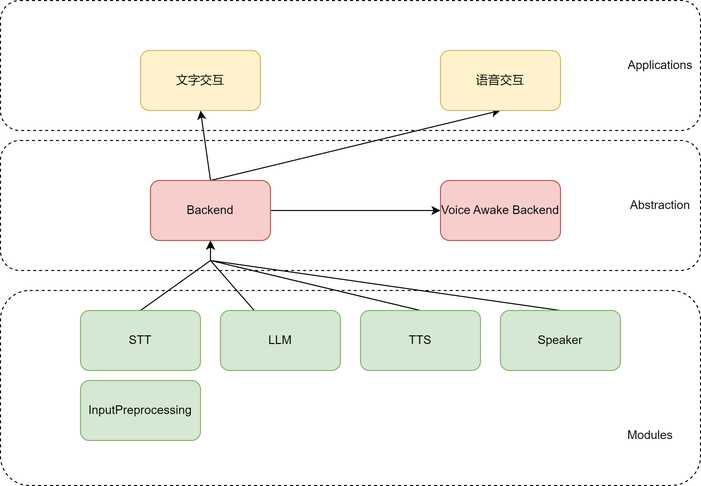
The draw.io diagram arch/stack of tech.png in 480284856/AsyncAudioChat, before a commit. Source tidied: cells renumbered, new cells last; positions are measured from the earlier drawing's top-left corner, leaving out a move shared by most shapes. Its diagram source:
```xml
<mxGraphModel>
  <root>
    <mxCell id="0" />
    <mxCell id="1" parent="0" />
    <mxCell id="2" style="rounded=1;whiteSpace=wrap;html=1;dashed=1;" parent="1" vertex="1">
      <mxGeometry width="700" height="130" as="geometry" />
    </mxCell>
    <mxCell id="3" style="rounded=1;whiteSpace=wrap;html=1;dashed=1;" parent="1" vertex="1">
      <mxGeometry y="140" width="700" height="130" as="geometry" />
    </mxCell>
    <mxCell id="4" style="rounded=1;whiteSpace=wrap;html=1;dashed=1;" parent="1" vertex="1">
      <mxGeometry y="290" width="700" height="195" as="geometry" />
    </mxCell>
    <mxCell id="5" style="rounded=0;jettySize=auto;html=1;entryX=0.5;entryY=1;entryDx=0;entryDy=0;exitX=0.5;exitY=0;exitDx=0;exitDy=0;" parent="1" edge="1" source="6" target="16">
      <mxGeometry relative="1" as="geometry">
        <Array as="points">
          <mxPoint x="210" y="260" />
        </Array>
      </mxGeometry>
    </mxCell>
    <mxCell id="6" value="STT" style="rounded=1;whiteSpace=wrap;html=1;fillColor=#d5e8d4;strokeColor=#82b366;" parent="1" vertex="1">
      <mxGeometry x="80" y="310" width="120" height="60" as="geometry" />
    </mxCell>
    <mxCell id="7" style="rounded=0;jettySize=auto;html=1;entryX=0.5;entryY=1;entryDx=0;entryDy=0;" parent="1" edge="1" source="8" target="16">
      <mxGeometry relative="1" as="geometry">
        <Array as="points">
          <mxPoint x="210" y="260" />
        </Array>
      </mxGeometry>
    </mxCell>
    <mxCell id="8" value="LLM" style="rounded=1;whiteSpace=wrap;html=1;fillColor=#d5e8d4;strokeColor=#82b366;" parent="1" vertex="1">
      <mxGeometry x="220" y="310" width="120" height="60" as="geometry" />
    </mxCell>
    <mxCell id="9" style="rounded=0;jettySize=auto;html=1;entryX=0.5;entryY=1;entryDx=0;entryDy=0;exitX=0.5;exitY=0;exitDx=0;exitDy=0;" parent="1" edge="1" source="10" target="16">
      <mxGeometry relative="1" as="geometry">
        <Array as="points">
          <mxPoint x="210" y="260" />
        </Array>
      </mxGeometry>
    </mxCell>
    <mxCell id="10" value="TTS" style="rounded=1;whiteSpace=wrap;html=1;fillColor=#d5e8d4;strokeColor=#82b366;" parent="1" vertex="1">
      <mxGeometry x="360" y="310" width="120" height="60" as="geometry" />
    </mxCell>
    <mxCell id="11" style="rounded=0;jettySize=auto;html=1;entryX=0.5;entryY=1;entryDx=0;entryDy=0;exitX=0.5;exitY=0;exitDx=0;exitDy=0;" parent="1" edge="1" source="12" target="16">
      <mxGeometry relative="1" as="geometry">
        <Array as="points">
          <mxPoint x="210" y="260" />
        </Array>
      </mxGeometry>
    </mxCell>
    <mxCell id="12" value="Speaker" style="rounded=1;whiteSpace=wrap;html=1;fillColor=#d5e8d4;strokeColor=#82b366;" parent="1" vertex="1">
      <mxGeometry x="500" y="310" width="120" height="60" as="geometry" />
    </mxCell>
    <mxCell id="13" style="rounded=0;jettySize=auto;html=1;entryX=0.5;entryY=1;entryDx=0;entryDy=0;exitX=0.5;exitY=0;exitDx=0;exitDy=0;" parent="1" edge="1" source="16" target="17">
      <mxGeometry relative="1" as="geometry" />
    </mxCell>
    <mxCell id="14" style="rounded=0;jettySize=auto;html=1;entryX=0.5;entryY=1;entryDx=0;entryDy=0;exitX=0.5;exitY=0;exitDx=0;exitDy=0;" parent="1" edge="1" source="16" target="18">
      <mxGeometry relative="1" as="geometry" />
    </mxCell>
    <mxCell id="15" style="edgeStyle=orthogonalEdgeStyle;rounded=0;jettySize=auto;html=1;entryX=0;entryY=0.5;entryDx=0;entryDy=0;" parent="1" edge="1" source="16" target="23">
      <mxGeometry relative="1" as="geometry" />
    </mxCell>
    <mxCell id="16" value="Backend" style="rounded=1;whiteSpace=wrap;html=1;fillColor=#f8cecc;strokeColor=#b85450;" parent="1" vertex="1">
      <mxGeometry x="150" y="180" width="120" height="60" as="geometry" />
    </mxCell>
    <mxCell id="17" value="文字交互" style="rounded=1;whiteSpace=wrap;html=1;fillColor=#fff2cc;strokeColor=#d6b656;" parent="1" vertex="1">
      <mxGeometry x="140" y="50" width="120" height="60" as="geometry" />
    </mxCell>
    <mxCell id="18" value="语音交互" style="rounded=1;whiteSpace=wrap;html=1;fillColor=#fff2cc;strokeColor=#d6b656;" parent="1" vertex="1">
      <mxGeometry x="440" y="50" width="120" height="60" as="geometry" />
    </mxCell>
    <mxCell id="19" value="Applications" style="text;html=1;align=center;verticalAlign=middle;whiteSpace=wrap;rounded=0;" parent="1" vertex="1">
      <mxGeometry x="630" y="50" width="60" height="30" as="geometry" />
    </mxCell>
    <mxCell id="20" value="Abstraction" style="text;html=1;align=center;verticalAlign=middle;whiteSpace=wrap;rounded=0;" parent="1" vertex="1">
      <mxGeometry x="630" y="190" width="60" height="30" as="geometry" />
    </mxCell>
    <mxCell id="21" value="Modules" style="text;html=1;align=center;verticalAlign=middle;whiteSpace=wrap;rounded=0;" parent="1" vertex="1">
      <mxGeometry x="620" y="420" width="60" height="30" as="geometry" />
    </mxCell>
    <mxCell id="22" value="InputPreprocessing" style="rounded=1;whiteSpace=wrap;html=1;fillColor=#d5e8d4;strokeColor=#82b366;" parent="1" vertex="1">
      <mxGeometry x="80" y="380" width="120" height="60" as="geometry" />
    </mxCell>
    <mxCell id="23" value="Voice Awake Backend" style="rounded=1;whiteSpace=wrap;html=1;fillColor=#f8cecc;strokeColor=#b85450;" parent="1" vertex="1">
      <mxGeometry x="440" y="180" width="120" height="60" as="geometry" />
    </mxCell>
  </root>
</mxGraphModel>
```
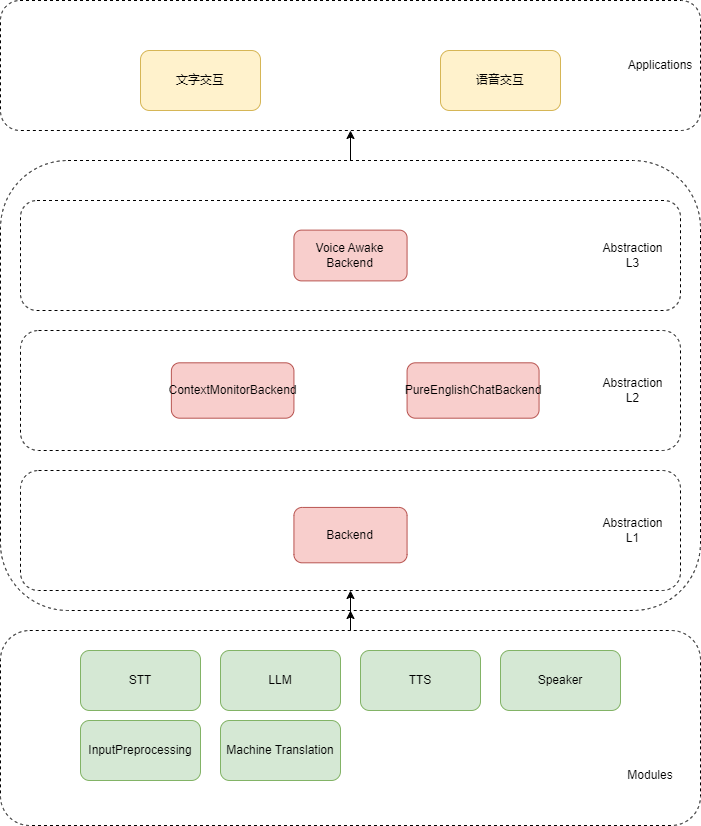
After the change.

Commit message:
更新产品架构

What changed in the source:
```diff
@@ -2,87 +2,95 @@
   <root>
     <mxCell id="0" />
     <mxCell id="1" parent="0" />
+    <mxCell id="24" style="edgeStyle=orthogonalEdgeStyle;rounded=0;jettySize=auto;html=1;entryX=0.5;entryY=1;entryDx=0;entryDy=0;" parent="1" edge="1" source="26" target="2">
+      <mxGeometry relative="1" as="geometry" />
+    </mxCell>
+    <mxCell id="25" style="edgeStyle=orthogonalEdgeStyle;rounded=0;jettySize=auto;html=1;exitX=0.5;exitY=1;exitDx=0;exitDy=0;entryX=0.5;entryY=1;entryDx=0;entryDy=0;" parent="1" edge="1" source="26" target="3">
+      <mxGeometry relative="1" as="geometry" />
+    </mxCell>
+    <mxCell id="26" style="rounded=1;whiteSpace=wrap;html=1;dashed=1;" parent="1" vertex="1">
+      <mxGeometry y="-180" width="700" height="450" as="geometry" />
+    </mxCell>
     <mxCell id="2" style="rounded=1;whiteSpace=wrap;html=1;dashed=1;" parent="1" vertex="1">
-      <mxGeometry width="700" height="130" as="geometry" />
+      <mxGeometry y="-340" width="700" height="130" as="geometry" />
     </mxCell>
-    <mxCell id="3" style="rounded=1;whiteSpace=wrap;html=1;dashed=1;" parent="1" vertex="1">
-      <mxGeometry y="140" width="700" height="130" as="geometry" />
-    </mxCell>
+    <mxCell id="27" style="edgeStyle=orthogonalEdgeStyle;rounded=0;jettySize=auto;html=1;entryX=0.5;entryY=1;entryDx=0;entryDy=0;" parent="1" edge="1" source="4" target="26">
+      <mxGeometry relative="1" as="geometry" />
+    </mxCell>
     <mxCell id="4" style="rounded=1;whiteSpace=wrap;html=1;dashed=1;" parent="1" vertex="1">
       <mxGeometry y="290" width="700" height="195" as="geometry" />
     </mxCell>
-    <mxCell id="5" style="rounded=0;jettySize=auto;html=1;entryX=0.5;entryY=1;entryDx=0;entryDy=0;exitX=0.5;exitY=0;exitDx=0;exitDy=0;" parent="1" edge="1" source="6" target="16">
-      <mxGeometry relative="1" as="geometry">
-        <Array as="points">
-          <mxPoint x="210" y="260" />
-        </Array>
-      </mxGeometry>
-    </mxCell>
     <mxCell id="6" value="STT" style="rounded=1;whiteSpace=wrap;html=1;fillColor=#d5e8d4;strokeColor=#82b366;" parent="1" vertex="1">
       <mxGeometry x="80" y="310" width="120" height="60" as="geometry" />
     </mxCell>
-    <mxCell id="7" style="rounded=0;jettySize=auto;html=1;entryX=0.5;entryY=1;entryDx=0;entryDy=0;" parent="1" edge="1" source="8" target="16">
-      <mxGeometry relative="1" as="geometry">
-        <Array as="points">
-          <mxPoint x="210" y="260" />
-        </Array>
-      </mxGeometry>
-    </mxCell>
     <mxCell id="8" value="LLM" style="rounded=1;whiteSpace=wrap;html=1;fillColor=#d5e8d4;strokeColor=#82b366;" parent="1" vertex="1">
       <mxGeometry x="220" y="310" width="120" height="60" as="geometry" />
     </mxCell>
-    <mxCell id="9" style="rounded=0;jettySize=auto;html=1;entryX=0.5;entryY=1;entryDx=0;entryDy=0;exitX=0.5;exitY=0;exitDx=0;exitDy=0;" parent="1" edge="1" source="10" target="16">
-      <mxGeometry relative="1" as="geometry">
-        <Array as="points">
-          <mxPoint x="210" y="260" />
-        </Array>
-      </mxGeometry>
-    </mxCell>
     <mxCell id="10" value="TTS" style="rounded=1;whiteSpace=wrap;html=1;fillColor=#d5e8d4;strokeColor=#82b366;" parent="1" vertex="1">
       <mxGeometry x="360" y="310" width="120" height="60" as="geometry" />
     </mxCell>
-    <mxCell id="11" style="rounded=0;jettySize=auto;html=1;entryX=0.5;entryY=1;entryDx=0;entryDy=0;exitX=0.5;exitY=0;exitDx=0;exitDy=0;" parent="1" edge="1" source="12" target="16">
-      <mxGeometry relative="1" as="geometry">
-        <Array as="points">
-          <mxPoint x="210" y="260" />
-        </Array>
-      </mxGeometry>
-    </mxCell>
     <mxCell id="12" value="Speaker" style="rounded=1;whiteSpace=wrap;html=1;fillColor=#d5e8d4;strokeColor=#82b366;" parent="1" vertex="1">
       <mxGeometry x="500" y="310" width="120" height="60" as="geometry" />
     </mxCell>
-    <mxCell id="13" style="rounded=0;jettySize=auto;html=1;entryX=0.5;entryY=1;entryDx=0;entryDy=0;exitX=0.5;exitY=0;exitDx=0;exitDy=0;" parent="1" edge="1" source="16" target="17">
-      <mxGeometry relative="1" as="geometry" />
-    </mxCell>
-    <mxCell id="14" style="rounded=0;jettySize=auto;html=1;entryX=0.5;entryY=1;entryDx=0;entryDy=0;exitX=0.5;exitY=0;exitDx=0;exitDy=0;" parent="1" edge="1" source="16" target="18">
-      <mxGeometry relative="1" as="geometry" />
-    </mxCell>
-    <mxCell id="15" style="edgeStyle=orthogonalEdgeStyle;rounded=0;jettySize=auto;html=1;entryX=0;entryY=0.5;entryDx=0;entryDy=0;" parent="1" edge="1" source="16" target="23">
-      <mxGeometry relative="1" as="geometry" />
-    </mxCell>
-    <mxCell id="16" value="Backend" style="rounded=1;whiteSpace=wrap;html=1;fillColor=#f8cecc;strokeColor=#b85450;" parent="1" vertex="1">
-      <mxGeometry x="150" y="180" width="120" height="60" as="geometry" />
-    </mxCell>
     <mxCell id="17" value="文字交互" style="rounded=1;whiteSpace=wrap;html=1;fillColor=#fff2cc;strokeColor=#d6b656;" parent="1" vertex="1">
-      <mxGeometry x="140" y="50" width="120" height="60" as="geometry" />
+      <mxGeometry x="140" y="-290" width="120" height="60" as="geometry" />
     </mxCell>
     <mxCell id="18" value="语音交互" style="rounded=1;whiteSpace=wrap;html=1;fillColor=#fff2cc;strokeColor=#d6b656;" parent="1" vertex="1">
-      <mxGeometry x="440" y="50" width="120" height="60" as="geometry" />
+      <mxGeometry x="440" y="-290" width="120" height="60" as="geometry" />
     </mxCell>
     <mxCell id="19" value="Applications" style="text;html=1;align=center;verticalAlign=middle;whiteSpace=wrap;rounded=0;" parent="1" vertex="1">
-      <mxGeometry x="630" y="50" width="60" height="30" as="geometry" />
+      <mxGeometry x="630" y="-290" width="60" height="30" as="geometry" />
     </mxCell>
-    <mxCell id="20" value="Abstraction" style="text;html=1;align=center;verticalAlign=middle;whiteSpace=wrap;rounded=0;" parent="1" vertex="1">
-      <mxGeometry x="630" y="190" width="60" height="30" as="geometry" />
-    </mxCell>
     <mxCell id="21" value="Modules" style="text;html=1;align=center;verticalAlign=middle;whiteSpace=wrap;rounded=0;" parent="1" vertex="1">
       <mxGeometry x="620" y="420" width="60" height="30" as="geometry" />
     </mxCell>
     <mxCell id="22" value="InputPreprocessing" style="rounded=1;whiteSpace=wrap;html=1;fillColor=#d5e8d4;strokeColor=#82b366;" parent="1" vertex="1">
       <mxGeometry x="80" y="380" width="120" height="60" as="geometry" />
     </mxCell>
+    <mxCell id="28" value="Machine Translation" style="rounded=1;whiteSpace=wrap;html=1;fillColor=#d5e8d4;strokeColor=#82b366;" parent="1" vertex="1">
+      <mxGeometry x="220" y="380" width="120" height="60" as="geometry" />
+    </mxCell>
+    <mxCell id="29" style="group;" parent="1" vertex="1">
+      <mxGeometry x="20" y="130" width="660" height="120" as="geometry" />
+    </mxCell>
+    <mxCell id="3" style="rounded=1;whiteSpace=wrap;html=1;dashed=1;" parent="29" vertex="1">
+      <mxGeometry width="660" height="120" as="geometry" />
+    </mxCell>
+    <mxCell id="16" value="Backend" style="rounded=1;whiteSpace=wrap;html=1;fillColor=#f8cecc;strokeColor=#b85450;" parent="29" vertex="1">
+      <mxGeometry x="273.4" y="36.9" width="113.1" height="55.4" as="geometry" />
+    </mxCell>
+    <mxCell id="20" value="Abstraction L1" style="text;html=1;align=center;verticalAlign=middle;whiteSpace=wrap;rounded=0;" parent="29" vertex="1">
+      <mxGeometry x="575.1" y="46.2" width="75.4" height="27.7" as="geometry" />
+    </mxCell>
+    <mxCell id="30" style="group;" parent="1" vertex="1">
+      <mxGeometry x="20" y="-10" width="660" height="120" as="geometry" />
+    </mxCell>
+    <mxCell id="31" style="rounded=1;whiteSpace=wrap;html=1;dashed=1;" parent="30" vertex="1">
+      <mxGeometry width="660" height="120" as="geometry" />
+    </mxCell>
+    <mxCell id="32" value="&lt;span style=&quot;text-align: left;&quot;&gt;ContextMonitorBackend&lt;/span&gt;" style="rounded=1;whiteSpace=wrap;html=1;fillColor=#f8cecc;strokeColor=#b85450;" parent="30" vertex="1">
+      <mxGeometry x="150.9" y="32.3" width="122.6" height="55.4" as="geometry" />
+    </mxCell>
+    <mxCell id="33" value="PureEnglishChatBackend" style="rounded=1;whiteSpace=wrap;html=1;fillColor=#f8cecc;strokeColor=#b85450;" parent="30" vertex="1">
+      <mxGeometry x="386.6" y="32.3" width="132" height="55.4" as="geometry" />
+    </mxCell>
+    <mxCell id="34" value="Abstraction L2" style="text;html=1;align=center;verticalAlign=middle;whiteSpace=wrap;rounded=0;" parent="30" vertex="1">
+      <mxGeometry x="575.1" y="46.2" width="75.4" height="27.7" as="geometry" />
+    </mxCell>
+    <mxCell id="35" style="group;" parent="1" vertex="1">
+      <mxGeometry x="20" y="-140" width="660" height="110" as="geometry" />
+    </mxCell>
+    <mxCell id="36" style="rounded=1;whiteSpace=wrap;html=1;dashed=1;" parent="35" vertex="1">
+      <mxGeometry width="660" height="110" as="geometry" />
+    </mxCell>
-    <mxCell id="23" value="Voice Awake Backend" style="rounded=1;whiteSpace=wrap;html=1;fillColor=#f8cecc;strokeColor=#b85450;" parent="1" vertex="1">
-      <mxGeometry x="440" y="180" width="120" height="60" as="geometry" />
+    <mxCell id="23" value="Voice Awake Backend" style="rounded=1;whiteSpace=wrap;html=1;fillColor=#f8cecc;strokeColor=#b85450;" parent="35" vertex="1">
+      <mxGeometry x="273.4" y="29.6" width="113.1" height="50.8" as="geometry" />
     </mxCell>
+    <mxCell id="37" value="Abstraction L3" style="text;html=1;align=center;verticalAlign=middle;whiteSpace=wrap;rounded=0;" parent="35" vertex="1">
+      <mxGeometry x="575.1" y="42.3" width="75.4" height="25.4" as="geometry" />
+    </mxCell>
+    <mxCell id="38" style="edgeStyle=orthogonalEdgeStyle;rounded=0;jettySize=auto;html=1;exitX=0.5;exitY=1;exitDx=0;exitDy=0;entryX=0.5;entryY=1;entryDx=0;entryDy=0;" parent="1" edge="1" source="26" target="3">
+      <mxGeometry relative="1" as="geometry" />
+    </mxCell>
   </root>
 </mxGraphModel>
```
